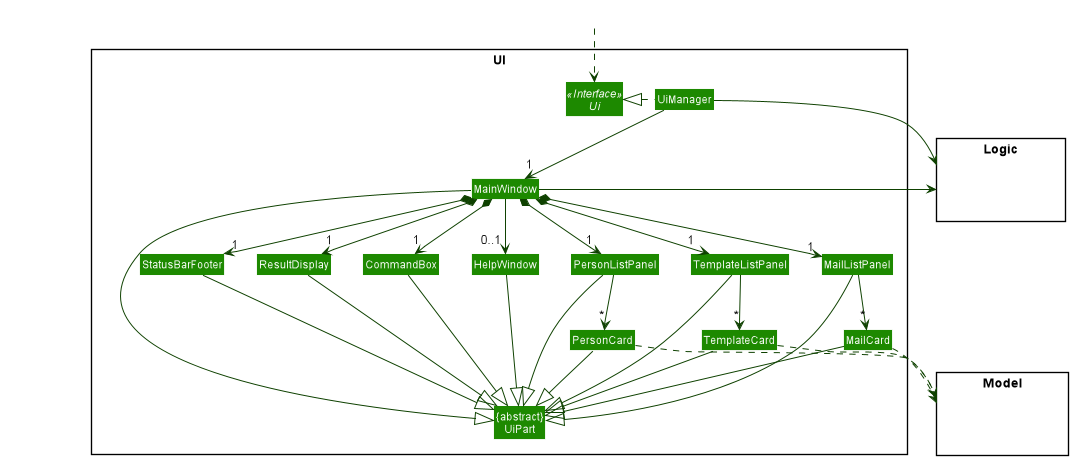
ooawagaeri/tp keeps this PlantUML diagram as docs/images/UiClassDiagram.png. Above is the earlier version. Its diagram source:
```plantuml
@startuml
!include style.puml
skinparam arrowThickness 1.1
skinparam arrowColor UI_COLOR_T4
skinparam classBackgroundColor UI_COLOR

package UI <<Rectangle>>{
Interface Ui <<Interface>>
Class "{abstract}\nUiPart" as UiPart
Class UiManager
Class MainWindow
Class HelpWindow
Class ResultDisplay
Class PersonListPanel
Class PersonCard
Class StatusBarFooter
Class CommandBox

Class TemplateListPanel
Class TemplateCard

Class MailListPanel
Class MailCard
}

package Model <<Rectangle>> {
Class HiddenModel #FFFFFF
}

package Logic <<Rectangle>> {
Class HiddenLogic #FFFFFF
}

Class HiddenOutside #FFFFFF
HiddenOutside ..> Ui

UiManager .left.|> Ui
UiManager -down-> "1" MainWindow
MainWindow *-down->  "1" CommandBox
MainWindow *-down-> "1" ResultDisplay
MainWindow *-down-> "1" StatusBarFooter
MainWindow --> "0..1" HelpWindow
MainWindow *-down-> "1" PersonListPanel
MainWindow *-down-> "1" TemplateListPanel
MainWindow *-down-> "1" MailListPanel

PersonListPanel -down-> "*" PersonCard
TemplateListPanel -down-> "*" TemplateCard
MailListPanel -down-> "*" MailCard

MainWindow -left-|> UiPart

ResultDisplay --|> UiPart
CommandBox --|> UiPart
PersonListPanel --|> UiPart
PersonCard --|> UiPart
TemplateListPanel --|> UiPart
TemplateCard --|> UiPart
MailListPanel --|> UiPart
MailCard --|> UiPart
StatusBarFooter --|> UiPart
HelpWindow --|> UiPart

PersonCard ..> Model
TemplateCard ..> Model
MailCard ..> Model
UiManager -right-> Logic
MainWindow -left-> Logic

StatusBarFooter -[hidden]right- ResultDisplay
ResultDisplay -[hidden]right- CommandBox
CommandBox -[hidden]right- HelpWindow
HelpWindow -[hidden]right- PersonListPanel
PersonListPanel -[hidden]right- TemplateListPanel
TemplateListPanel -[hidden]right- MailListPanel

PersonCard -[hidden]right- TemplateCard
TemplateCard -[hidden]right- MailCard
MainWindow -[hidden]-|> UiPart
@enduml
```
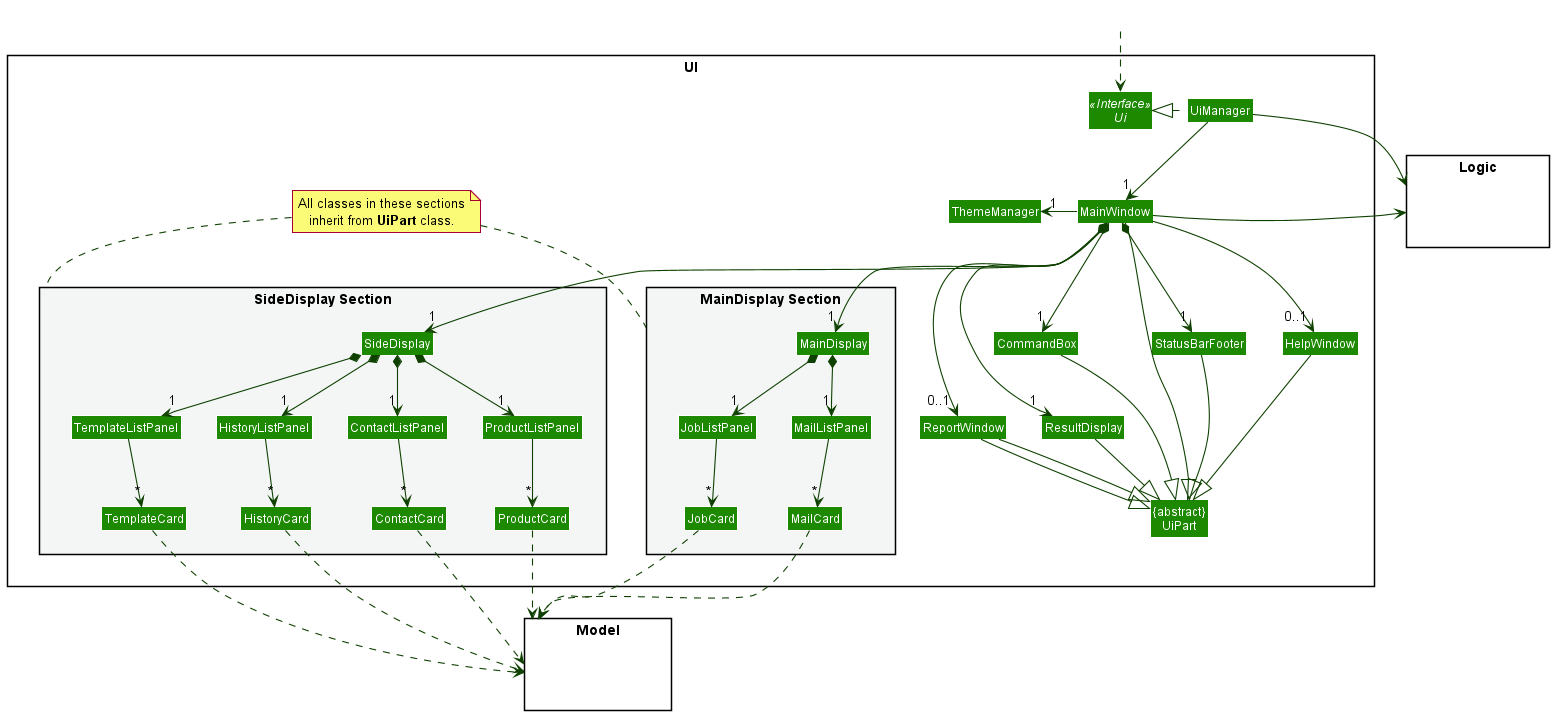
Above is the later version.

Commit message:
Fix EOF issue. Delete previous diagram.

The edit, as a diff of the source:
```diff
@@ -9,23 +9,52 @@
 Class "{abstract}\nUiPart" as UiPart
 Class UiManager
 Class MainWindow
-Class HelpWindow
+
+Class ThemeManager
+
+Class CommandBox
 Class ResultDisplay
-Class PersonListPanel
-Class PersonCard
-Class StatusBarFooter
-Class CommandBox
+
+package "MainDisplay Section" #F4F6F6{
+Class MainDisplay
+Class JobListPanel
+Class JobCard
+Class MailListPanel
+Class MailCard
+}
+
+package "SideDisplay Section" #F4F6F6{
+Class SideDisplay
+Class ContactListPanel
+Class ContactCard
+
+Class ProductListPanel
+Class ProductCard
 
 Class TemplateListPanel
 Class TemplateCard
 
-Class MailListPanel
-Class MailCard
+Class HistoryListPanel
+Class HistoryCard
 }
+
+Class StatusBarFooter
+
+Class HelpWindow
+Class ReportWindow
+
+note "All classes in these sections\ninherit from **UiPart** class." as N1
+N1 .. "SideDisplay Section"
+N1 .. "MainDisplay Section"
+}
+
+
 
 package Model <<Rectangle>> {
 Class HiddenModel #FFFFFF
 }
+
+Model -[hidden]up- "MainDisplay"
 
 package Logic <<Rectangle>> {
 Class HiddenLogic #FFFFFF
@@ -34,47 +63,50 @@
 Class HiddenOutside #FFFFFF
 HiddenOutside ..> Ui
 
+CommandBox -[hidden]down- ResultDisplay
+
 UiManager .left.|> Ui
 UiManager -down-> "1" MainWindow
+MainWindow -left-> "1" ThemeManager
 MainWindow *-down->  "1" CommandBox
 MainWindow *-down-> "1" ResultDisplay
+MainWindow *-down-> "1" MainDisplay
+MainWindow *-down-> "1" SideDisplay
 MainWindow *-down-> "1" StatusBarFooter
 MainWindow --> "0..1" HelpWindow
-MainWindow *-down-> "1" PersonListPanel
-MainWindow *-down-> "1" TemplateListPanel
-MainWindow *-down-> "1" MailListPanel
-
-PersonListPanel -down-> "*" PersonCard
-TemplateListPanel -down-> "*" TemplateCard
-MailListPanel -down-> "*" MailCard
+MainWindow --> "0..1" ReportWindow
 
 MainWindow -left-|> UiPart
 
+UiManager -right-> Logic
+MainWindow -right-> Logic
+
+MainDisplay *-down-> "1" JobListPanel
+MainDisplay *-down-> "1" MailListPanel
+JobListPanel -down-> "*" JobCard
+MailListPanel -down-> "*" MailCard
+JobCard .down.> Model
+MailCard .down.> Model
+
+SideDisplay *-down-> "1" ContactListPanel
+SideDisplay *-down-> "1" ProductListPanel
+SideDisplay *-down-> "1" TemplateListPanel
+SideDisplay *-down-> "1" HistoryListPanel
+ContactListPanel -down-> "*" ContactCard
+ProductListPanel -down-> "*" ProductCard
+TemplateListPanel -down-> "*" TemplateCard
+HistoryListPanel -down-> "*" HistoryCard
+ContactCard .down.> Model
+ProductCard .down.> Model
+TemplateCard .down.> Model
+HistoryCard .down.> Model
+
+CommandBox --|> UiPart
 ResultDisplay --|> UiPart
-CommandBox --|> UiPart
-PersonListPanel --|> UiPart
-PersonCard --|> UiPart
-TemplateListPanel --|> UiPart
-TemplateCard --|> UiPart
-MailListPanel --|> UiPart
-MailCard --|> UiPart
+ReportWindow --|> UiPart
 StatusBarFooter --|> UiPart
 HelpWindow --|> UiPart
+ReportWindow --|> UiPart
 
-PersonCard ..> Model
-TemplateCard ..> Model
-MailCard ..> Model
-UiManager -right-> Logic
-MainWindow -left-> Logic
-
-StatusBarFooter -[hidden]right- ResultDisplay
-ResultDisplay -[hidden]right- CommandBox
-CommandBox -[hidden]right- HelpWindow
-HelpWindow -[hidden]right- PersonListPanel
-PersonListPanel -[hidden]right- TemplateListPanel
-TemplateListPanel -[hidden]right- MailListPanel
-
-PersonCard -[hidden]right- TemplateCard
-TemplateCard -[hidden]right- MailCard
 MainWindow -[hidden]-|> UiPart
 @enduml
```
